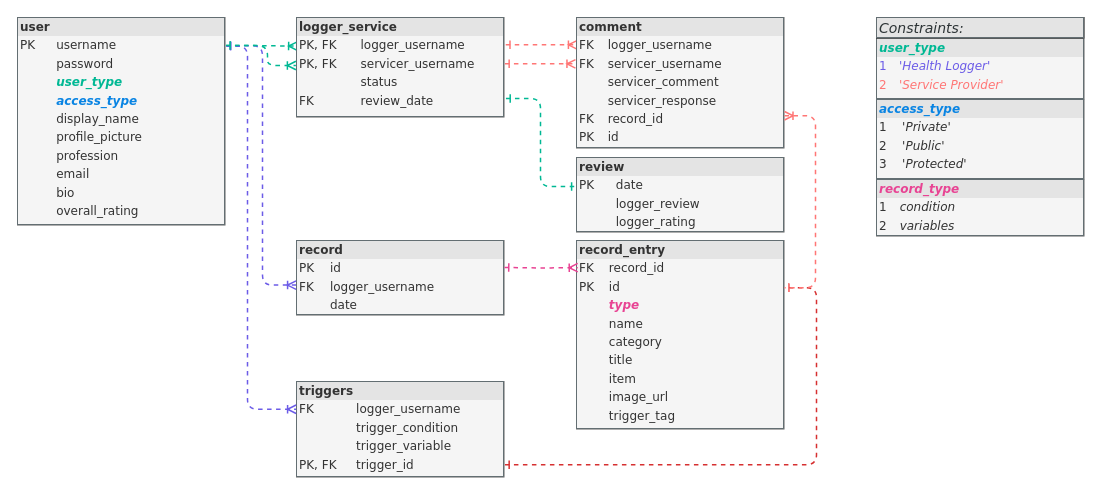
This is diagrams/database/2023-03-05_db-rs-record-entry.drawio from mervin-njy/trigg-track-v2, a draw.io file, before an edit. Source tidied: cells renumbered, new cells numbered last; positions are measured from the earlier drawing's top-left corner, leaving out a move shared by most shapes. Both pictures are drawn from the tidied source at 100%, with x=0, y=0 at pixel (17, 17).
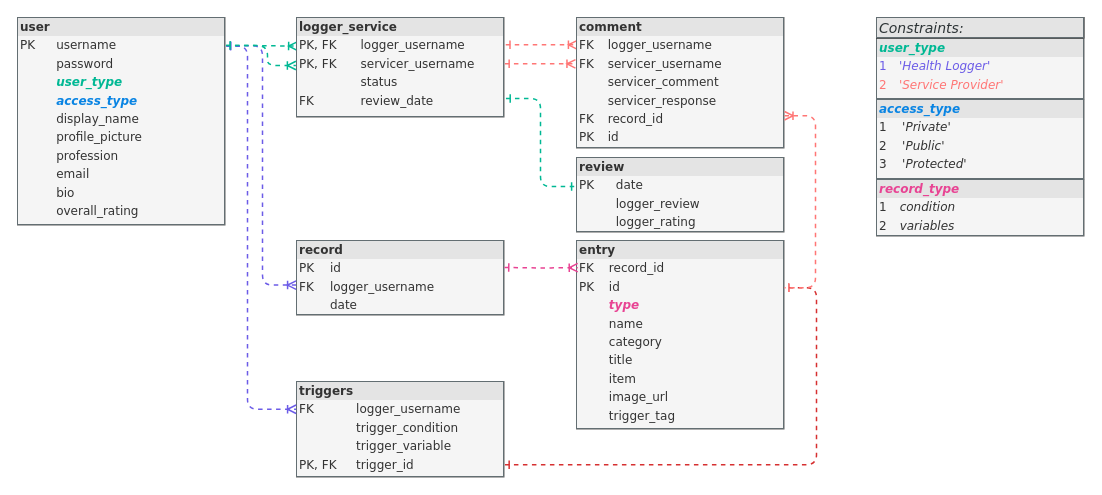
The same diagram, later.

Commit message (it also covers changes not shown here):
changed table name: record_entry to entry

What changed in the source:
```diff
@@
-    <mxCell id="14" value="&lt;div style=&quot;box-sizing: border-box ; width: 100% ; background: #e4e4e4 ; padding: 2px&quot;&gt;&lt;b&gt;record_entry&lt;/b&gt;&lt;/div&gt;&lt;table style=&quot;width: 100% ; font-size: 1em&quot; cellpadding=&quot;2&quot; cellspacing=&quot;0&quot;&gt;&lt;tbody&gt;&lt;tr&gt;&lt;td&gt;FK&lt;/td&gt;&lt;td&gt;record_id&lt;/td&gt;&lt;/tr&gt;&lt;tr&gt;&lt;td&gt;PK&lt;/td&gt;&lt;td&gt;id&lt;/td&gt;&lt;/tr&gt;&lt;tr&gt;&lt;td&gt;&lt;br&gt;&lt;/td&gt;&lt;td&gt;&lt;i&gt;&lt;b&gt;&lt;font color=&quot;#e84393&quot;&gt;type&lt;/font&gt;&lt;/b&gt;&lt;/i&gt;&lt;br&gt;&lt;/td&gt;&lt;/tr&gt;&lt;tr&gt;&lt;td&gt;&lt;br&gt;&lt;/td&gt;&lt;td&gt;name&lt;/td&gt;&lt;/tr&gt;&lt;tr&gt;&lt;td&gt;&lt;br&gt;&lt;/td&gt;&lt;td&gt;category&lt;/td&gt;&lt;/tr&gt;&lt;tr&gt;&lt;td&gt;&lt;br&gt;&lt;/td&gt;&lt;td&gt;title&lt;/td&gt;&lt;/tr&gt;&lt;tr&gt;&lt;td&gt;&lt;br&gt;&lt;/td&gt;&lt;td&gt;item&lt;br&gt;&lt;/td&gt;&lt;/tr&gt;&lt;tr&gt;&lt;td&gt;&lt;/td&gt;&lt;td&gt;image_url&amp;nbsp; &amp;nbsp; &amp;nbsp; &amp;nbsp; &amp;nbsp; &amp;nbsp; &amp;nbsp;&lt;/td&gt;&lt;/tr&gt;&lt;tr&gt;&lt;td&gt;&lt;br&gt;&lt;/td&gt;&lt;td&gt;trigger_tag&lt;/td&gt;&lt;/tr&gt;&lt;/tbody&gt;&lt;/table&gt;" style="verticalAlign=top;align=left;overflow=fill;html=1;rounded=0;shadow=0;comic=0;labelBackgroundColor=none;strokeWidth=0.5;fontFamily=Verdana;fontSize=12;fillColor=#f5f5f5;strokeColor=#666666;fontColor=#333333;labelBorderColor=#636e72;" parent="1" vertex="1">
+    <mxCell id="14" value="&lt;div style=&quot;box-sizing: border-box ; width: 100% ; background: #e4e4e4 ; padding: 2px&quot;&gt;&lt;b&gt;entry&lt;/b&gt;&lt;/div&gt;&lt;table style=&quot;width: 100% ; font-size: 1em&quot; cellpadding=&quot;2&quot; cellspacing=&quot;0&quot;&gt;&lt;tbody&gt;&lt;tr&gt;&lt;td&gt;FK&lt;/td&gt;&lt;td&gt;record_id&lt;/td&gt;&lt;/tr&gt;&lt;tr&gt;&lt;td&gt;PK&lt;/td&gt;&lt;td&gt;id&lt;/td&gt;&lt;/tr&gt;&lt;tr&gt;&lt;td&gt;&lt;br&gt;&lt;/td&gt;&lt;td&gt;&lt;i&gt;&lt;b&gt;&lt;font color=&quot;#e84393&quot;&gt;type&lt;/font&gt;&lt;/b&gt;&lt;/i&gt;&lt;br&gt;&lt;/td&gt;&lt;/tr&gt;&lt;tr&gt;&lt;td&gt;&lt;br&gt;&lt;/td&gt;&lt;td&gt;name&lt;/td&gt;&lt;/tr&gt;&lt;tr&gt;&lt;td&gt;&lt;br&gt;&lt;/td&gt;&lt;td&gt;category&lt;/td&gt;&lt;/tr&gt;&lt;tr&gt;&lt;td&gt;&lt;br&gt;&lt;/td&gt;&lt;td&gt;title&lt;/td&gt;&lt;/tr&gt;&lt;tr&gt;&lt;td&gt;&lt;br&gt;&lt;/td&gt;&lt;td&gt;item&lt;br&gt;&lt;/td&gt;&lt;/tr&gt;&lt;tr&gt;&lt;td&gt;&lt;/td&gt;&lt;td&gt;image_url&amp;nbsp; &amp;nbsp; &amp;nbsp; &amp;nbsp; &amp;nbsp; &amp;nbsp; &amp;nbsp;&lt;/td&gt;&lt;/tr&gt;&lt;tr&gt;&lt;td&gt;&lt;br&gt;&lt;/td&gt;&lt;td&gt;trigger_tag&lt;/td&gt;&lt;/tr&gt;&lt;/tbody&gt;&lt;/table&gt;" style="verticalAlign=top;align=left;overflow=fill;html=1;rounded=0;shadow=0;comic=0;labelBackgroundColor=none;strokeWidth=0.5;fontFamily=Verdana;fontSize=12;fillColor=#f5f5f5;strokeColor=#666666;fontColor=#333333;labelBorderColor=#636e72;" parent="1" vertex="1">
       <mxGeometry x="559" y="222.9" width="208" height="189.1" as="geometry" />
     </mxCell>
```
